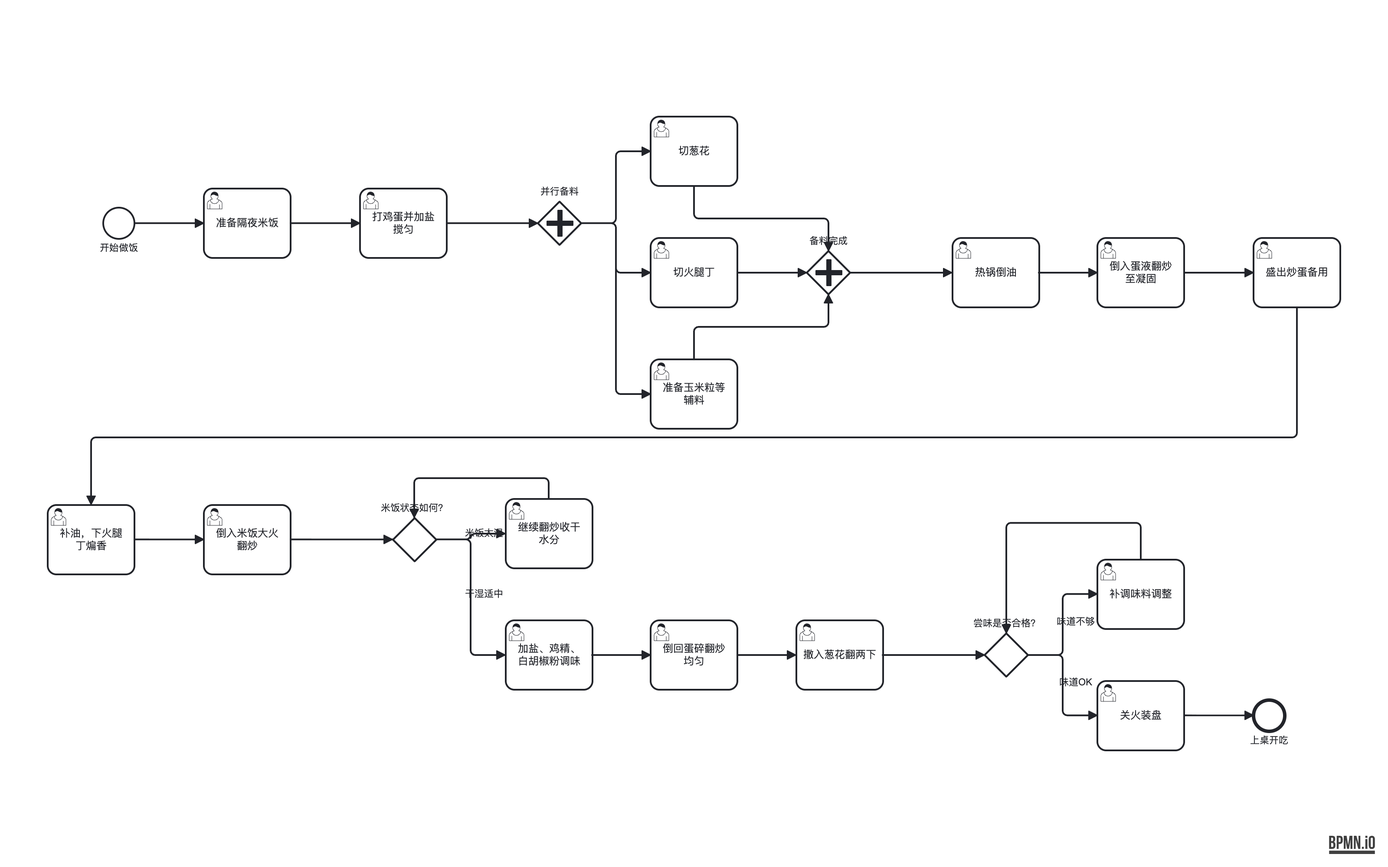
Earlier version of the BPMN export out-bpmn-png/38-egg-fried-rice-loop-height.png (LcpMarvel/tramito-layout). Its source is kept beside it as out-xml/38-egg-fried-rice-loop-height.bpmn. Ids are renumbered.
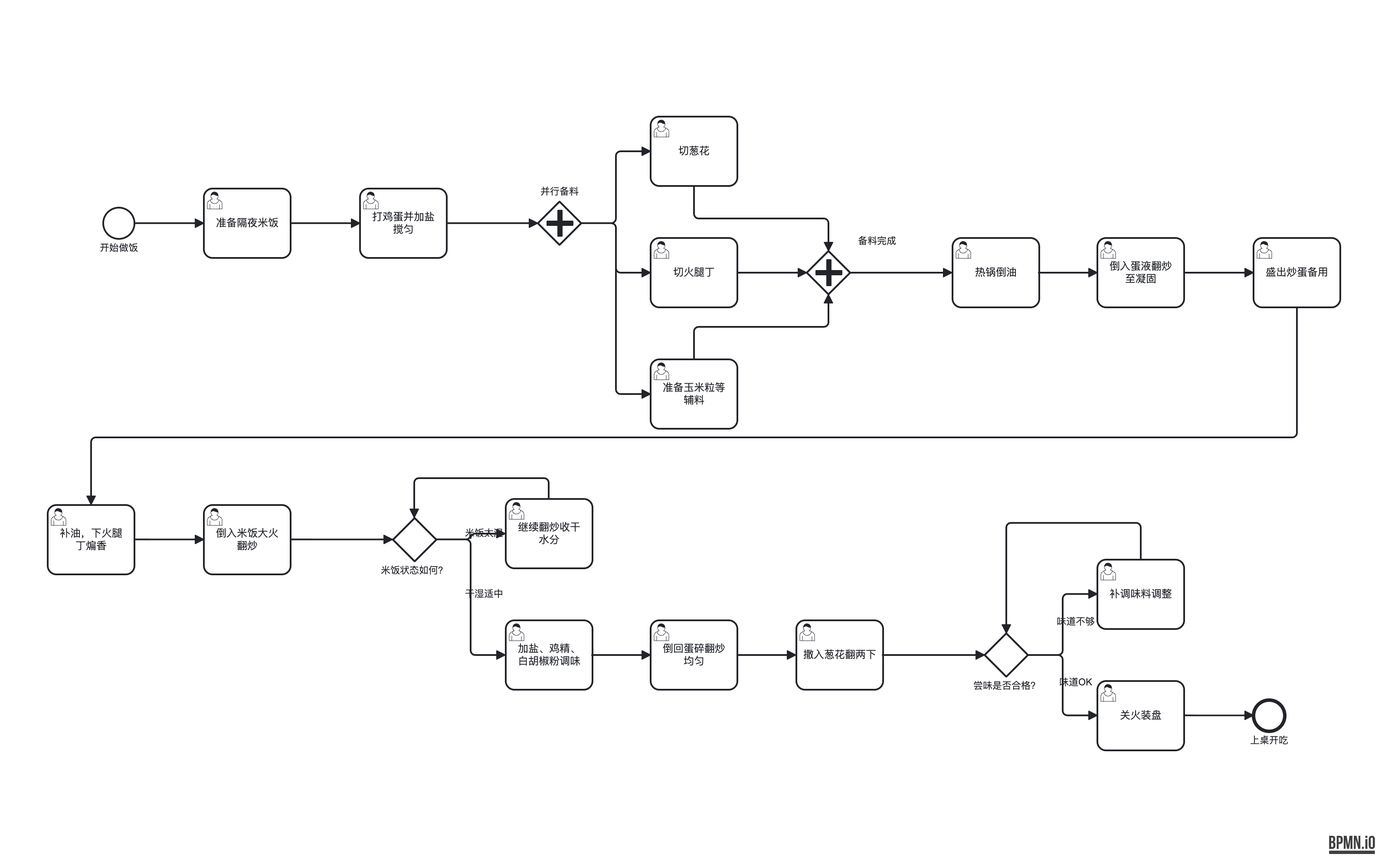
After the change.

Change to the diagram source:
```diff
@@ -159,7 +159,7 @@
       <bpmndi:BPMNShape id="gateway_10_di" bpmnElement="gateway_10">
         <dc:Bounds x="1047" y="187" width="50" height="50" />
         <bpmndi:BPMNLabel>
-          <dc:Bounds x="1022" y="169" width="100" height="14" />
+          <dc:Bounds x="1078" y="169" width="100" height="14" />
         </bpmndi:BPMNLabel>
       </bpmndi:BPMNShape>
       <bpmndi:BPMNShape id="task_11_di" bpmnElement="task_11">
@@ -180,7 +180,7 @@
       <bpmndi:BPMNShape id="gateway_16_di" bpmnElement="gateway_16">
         <dc:Bounds x="569.5" y="494.66666666666663" width="50" height="50" />
         <bpmndi:BPMNLabel>
-          <dc:Bounds x="544.5" y="476.66666666666663" width="100" height="14" />
+          <dc:Bounds x="544.5" y="548.6666666666666" width="100" height="14" />
         </bpmndi:BPMNLabel>
       </bpmndi:BPMNShape>
       <bpmndi:BPMNShape id="task_17_di" bpmnElement="task_17">
@@ -198,7 +198,7 @@
       <bpmndi:BPMNShape id="gateway_21_di" bpmnElement="gateway_21">
         <dc:Bounds x="1252" y="628" width="50" height="50" />
         <bpmndi:BPMNLabel>
-          <dc:Bounds x="1227" y="610" width="100" height="14" />
+          <dc:Bounds x="1227" y="682" width="100" height="14" />
         </bpmndi:BPMNLabel>
       </bpmndi:BPMNShape>
       <bpmndi:BPMNShape id="task_22_di" bpmnElement="task_22">
```
